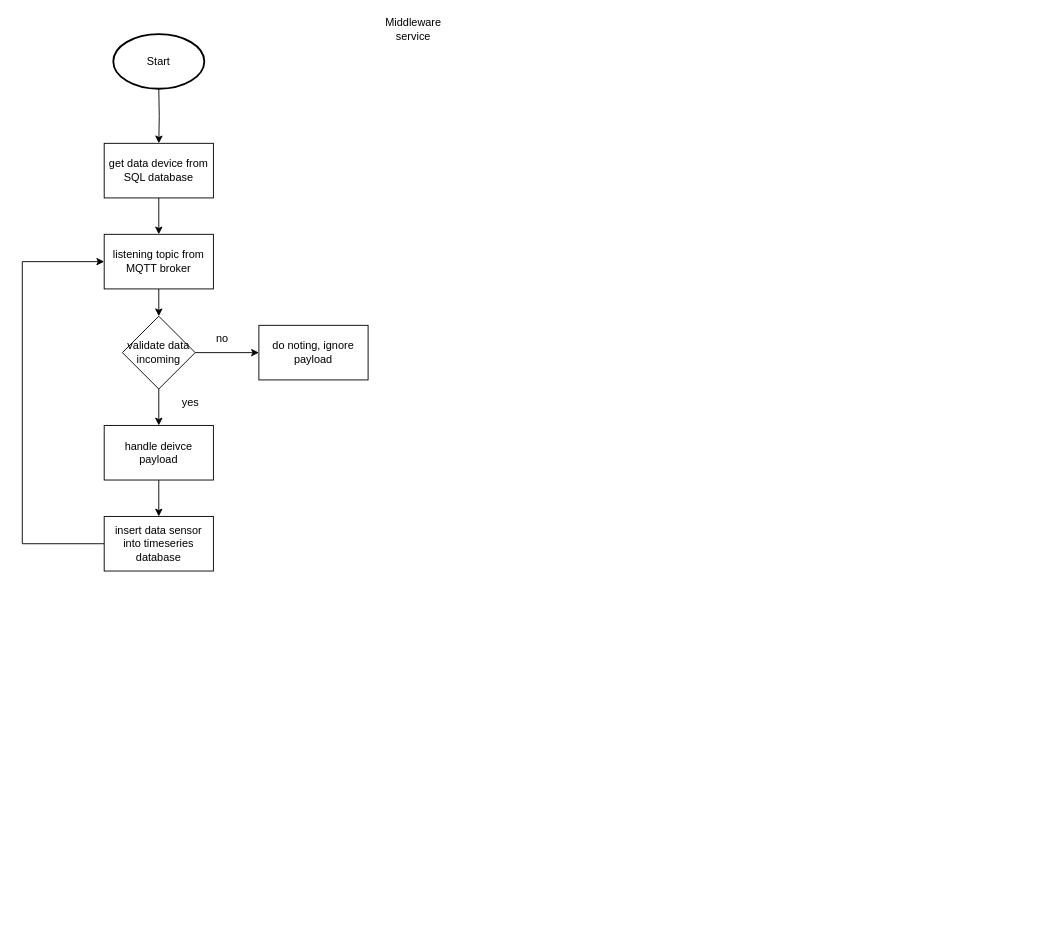
force445/Draw.io keeps this draw.io diagram as flowchart.drawio. Above is the earlier version. Source tidied: cells renumbered, new cells numbered last; positions are measured from the earlier drawing's top-left corner, leaving out a move shared by most shapes. Both pictures are drawn from the tidied source at 91%, with x=0, y=0 at pixel (22, 15).
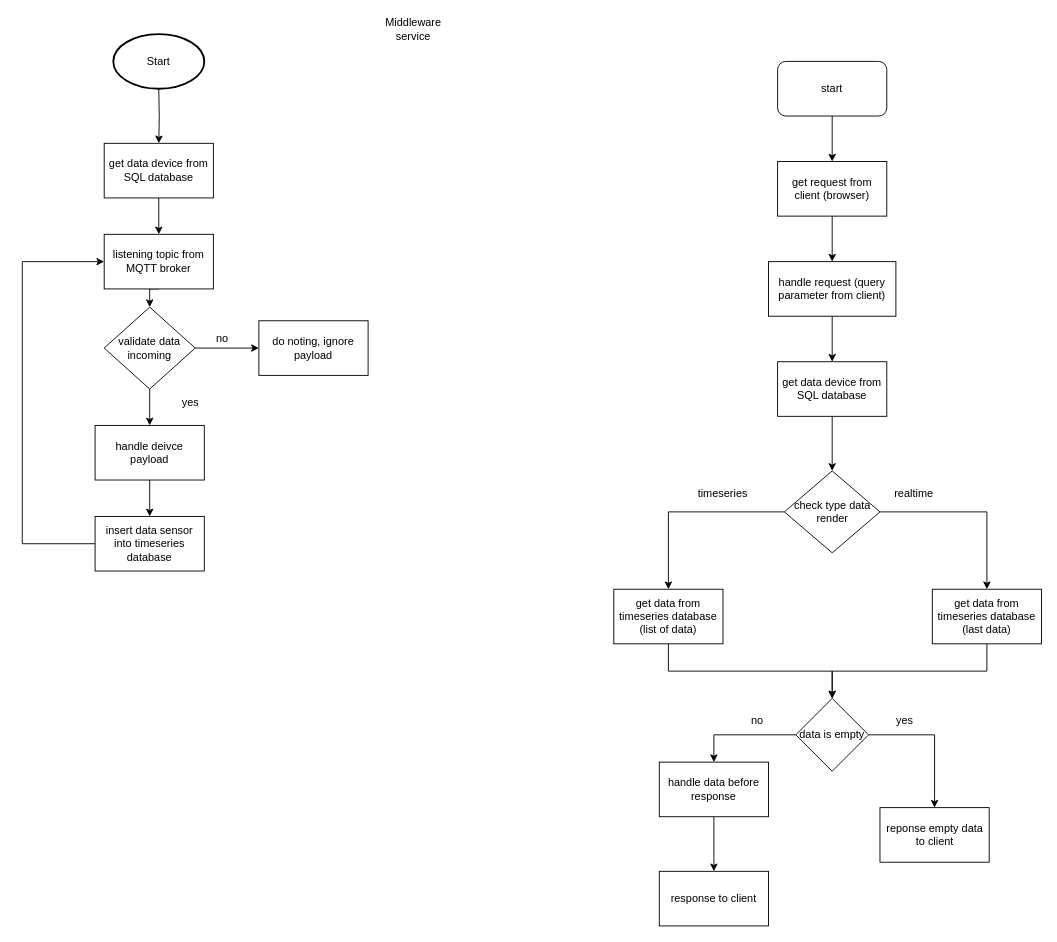
The same page after the edit.

Change to the diagram source:
```diff
@@
     <mxCell id="9" value="handle deivce payload" style="rounded=0;whiteSpace=wrap;html=1;" parent="1" vertex="1">
-      <mxGeometry x="90" y="450" width="120" height="60" as="geometry" />
+      <mxGeometry x="80" y="450" width="120" height="60" as="geometry" />
     </mxCell>
@@
     <mxCell id="12" value="validate data incoming" style="rhombus;whiteSpace=wrap;html=1;" parent="1" vertex="1">
-      <mxGeometry x="110" y="330" width="80" height="80" as="geometry" />
+      <mxGeometry x="90" y="320" width="100" height="90" as="geometry" />
     </mxCell>
     <mxCell id="13" value="do noting, ignore payload" style="rounded=0;whiteSpace=wrap;html=1;" parent="1" vertex="1">
-      <mxGeometry x="260" y="340" width="120" height="60" as="geometry" />
+      <mxGeometry x="260" y="335" width="120" height="60" as="geometry" />
     </mxCell>
@@
     <mxCell id="15" value="insert data sensor into timeseries database" style="rounded=0;whiteSpace=wrap;html=1;" parent="1" vertex="1">
-      <mxGeometry x="90" y="550" width="120" height="60" as="geometry" />
+      <mxGeometry x="80" y="550" width="120" height="60" as="geometry" />
     </mxCell>
@@
+    <mxCell id="19" style="edgeStyle=orthogonalEdgeStyle;rounded=0;jettySize=auto;html=1;exitX=0.5;exitY=1;exitDx=0;exitDy=0;entryX=0.5;entryY=0;entryDx=0;entryDy=0;" parent="1" edge="1" source="20" target="32">
+      <mxGeometry relative="1" as="geometry" />
+    </mxCell>
+    <mxCell id="20" value="start" style="rounded=1;whiteSpace=wrap;html=1;" parent="1" vertex="1">
+      <mxGeometry x="830" y="50" width="120" height="60" as="geometry" />
+    </mxCell>
+    <mxCell id="21" style="edgeStyle=orthogonalEdgeStyle;rounded=0;jettySize=auto;html=1;exitX=0.5;exitY=1;exitDx=0;exitDy=0;entryX=0.5;entryY=0;entryDx=0;entryDy=0;" parent="1" edge="1" source="22" target="27">
+      <mxGeometry relative="1" as="geometry">
+        <Array as="points">
+          <mxPoint x="890" y="490" />
+          <mxPoint x="890" y="490" />
+        </Array>
+      </mxGeometry>
+    </mxCell>
+    <mxCell id="22" value="get data device from SQL database" style="rounded=0;whiteSpace=wrap;html=1;" parent="1" vertex="1">
+      <mxGeometry x="830" y="380" width="120" height="60" as="geometry" />
+    </mxCell>
+    <mxCell id="23" style="edgeStyle=orthogonalEdgeStyle;rounded=0;jettySize=auto;html=1;" parent="1" edge="1" source="24" target="39">
+      <mxGeometry relative="1" as="geometry">
+        <Array as="points">
+          <mxPoint x="710" y="720" />
+          <mxPoint x="890" y="720" />
+        </Array>
+      </mxGeometry>
+    </mxCell>
+    <mxCell id="24" value="get data from timeseries database&lt;br&gt;(list of data)" style="rounded=0;whiteSpace=wrap;html=1;" parent="1" vertex="1">
+      <mxGeometry x="650" y="630" width="120" height="60" as="geometry" />
+    </mxCell>
+    <mxCell id="25" style="edgeStyle=orthogonalEdgeStyle;rounded=0;jettySize=auto;html=1;exitX=1;exitY=0.5;exitDx=0;exitDy=0;entryX=0.5;entryY=0;entryDx=0;entryDy=0;" parent="1" edge="1" source="27" target="29">
+      <mxGeometry relative="1" as="geometry" />
+    </mxCell>
+    <mxCell id="26" style="edgeStyle=orthogonalEdgeStyle;rounded=0;jettySize=auto;html=1;entryX=0.5;entryY=0;entryDx=0;entryDy=0;" parent="1" edge="1" source="27" target="24">
+      <mxGeometry relative="1" as="geometry" />
+    </mxCell>
+    <mxCell id="27" value="check type data render" style="rhombus;whiteSpace=wrap;html=1;" parent="1" vertex="1">
+      <mxGeometry x="837.5" y="500" width="105" height="90" as="geometry" />
+    </mxCell>
+    <mxCell id="28" style="edgeStyle=orthogonalEdgeStyle;rounded=0;jettySize=auto;html=1;exitX=0.5;exitY=1;exitDx=0;exitDy=0;" parent="1" edge="1" source="29" target="39">
+      <mxGeometry relative="1" as="geometry" />
+    </mxCell>
+    <mxCell id="29" value="get data from timeseries database&lt;br&gt;(last data)" style="rounded=0;whiteSpace=wrap;html=1;" parent="1" vertex="1">
+      <mxGeometry x="1000" y="630" width="120" height="60" as="geometry" />
+    </mxCell>
+    <mxCell id="30" value="reponse empty data&lt;br&gt;to client" style="rounded=0;whiteSpace=wrap;html=1;" parent="1" vertex="1">
+      <mxGeometry x="942.5" y="870" width="120" height="60" as="geometry" />
+    </mxCell>
+    <mxCell id="31" style="edgeStyle=orthogonalEdgeStyle;rounded=0;jettySize=auto;html=1;exitX=0.5;exitY=1;exitDx=0;exitDy=0;" parent="1" edge="1" source="32" target="34">
+      <mxGeometry relative="1" as="geometry" />
+    </mxCell>
+    <mxCell id="32" value="get request from client (browser)" style="rounded=0;whiteSpace=wrap;html=1;" parent="1" vertex="1">
+      <mxGeometry x="830" y="160" width="120" height="60" as="geometry" />
+    </mxCell>
+    <mxCell id="33" style="edgeStyle=orthogonalEdgeStyle;rounded=0;jettySize=auto;html=1;exitX=0.5;exitY=1;exitDx=0;exitDy=0;" parent="1" edge="1" source="34" target="22">
+      <mxGeometry relative="1" as="geometry" />
+    </mxCell>
+    <mxCell id="34" value="handle request (query parameter from client)" style="rounded=0;whiteSpace=wrap;html=1;" parent="1" vertex="1">
+      <mxGeometry x="820" y="270" width="140" height="60" as="geometry" />
+    </mxCell>
+    <mxCell id="35" value="timeseries" style="text;html=1;strokeColor=none;fillColor=none;align=center;verticalAlign=middle;whiteSpace=wrap;rounded=0;" parent="1" vertex="1">
+      <mxGeometry x="740" y="510" width="60" height="30" as="geometry" />
+    </mxCell>
+    <mxCell id="36" value="realtime" style="text;html=1;strokeColor=none;fillColor=none;align=center;verticalAlign=middle;whiteSpace=wrap;rounded=0;" parent="1" vertex="1">
+      <mxGeometry x="950" y="510" width="60" height="30" as="geometry" />
+    </mxCell>
+    <mxCell id="37" style="edgeStyle=orthogonalEdgeStyle;rounded=0;jettySize=auto;html=1;entryX=0.5;entryY=0;entryDx=0;entryDy=0;" parent="1" edge="1" source="39" target="30">
+      <mxGeometry relative="1" as="geometry" />
+    </mxCell>
+    <mxCell id="38" style="edgeStyle=orthogonalEdgeStyle;rounded=0;jettySize=auto;html=1;exitX=0;exitY=0.5;exitDx=0;exitDy=0;entryX=0.5;entryY=0;entryDx=0;entryDy=0;" parent="1" edge="1" source="39" target="41">
+      <mxGeometry relative="1" as="geometry" />
+    </mxCell>
+    <mxCell id="39" value="data is empty" style="rhombus;whiteSpace=wrap;html=1;" parent="1" vertex="1">
+      <mxGeometry x="850" y="750" width="80" height="80" as="geometry" />
+    </mxCell>
+    <mxCell id="40" style="edgeStyle=orthogonalEdgeStyle;rounded=0;jettySize=auto;html=1;exitX=0.5;exitY=1;exitDx=0;exitDy=0;entryX=0.5;entryY=0;entryDx=0;entryDy=0;" parent="1" edge="1" source="41" target="42">
+      <mxGeometry relative="1" as="geometry" />
+    </mxCell>
+    <mxCell id="41" value="handle data before response" style="rounded=0;whiteSpace=wrap;html=1;" parent="1" vertex="1">
+      <mxGeometry x="700" y="820" width="120" height="60" as="geometry" />
+    </mxCell>
+    <mxCell id="42" value="response to client" style="rounded=0;whiteSpace=wrap;html=1;" parent="1" vertex="1">
+      <mxGeometry x="700" y="940" width="120" height="60" as="geometry" />
+    </mxCell>
+    <mxCell id="43" value="no" style="text;html=1;strokeColor=none;fillColor=none;align=center;verticalAlign=middle;whiteSpace=wrap;rounded=0;" parent="1" vertex="1">
+      <mxGeometry x="777.5" y="760" width="60" height="30" as="geometry" />
+    </mxCell>
+    <mxCell id="44" value="yes" style="text;html=1;strokeColor=none;fillColor=none;align=center;verticalAlign=middle;whiteSpace=wrap;rounded=0;" parent="1" vertex="1">
+      <mxGeometry x="940" y="760" width="60" height="30" as="geometry" />
+    </mxCell>
```
